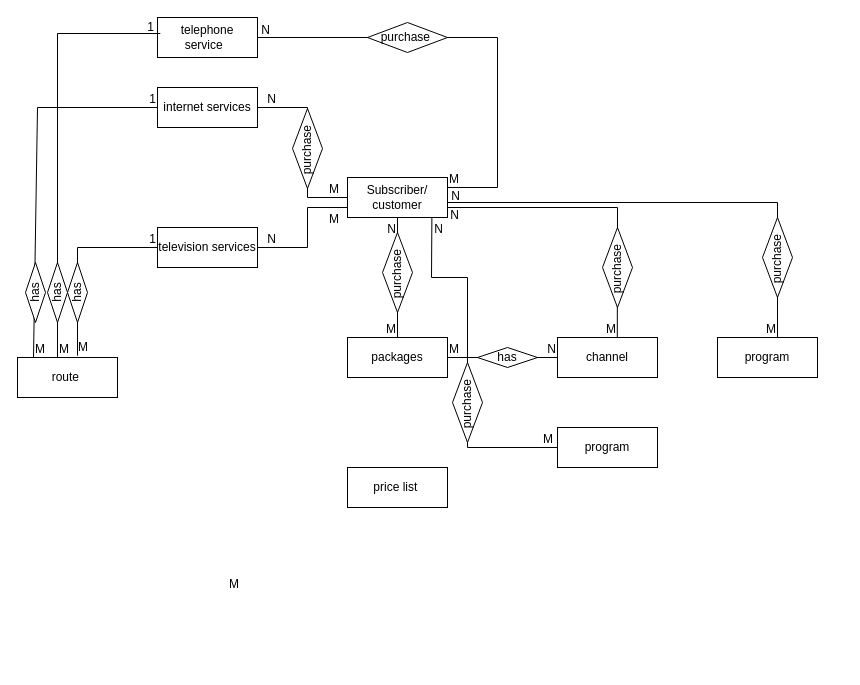
This is cable_tv.drawio from oran950/DataBase_ERD, a draw.io file, before an edit. Source tidied: cells renumbered, new cells numbered last; positions are measured from the earlier drawing's top-left corner, leaving out a move shared by most shapes. Both pictures are drawn from the tidied source at 100%, with x=0, y=0 at pixel (5, 17).
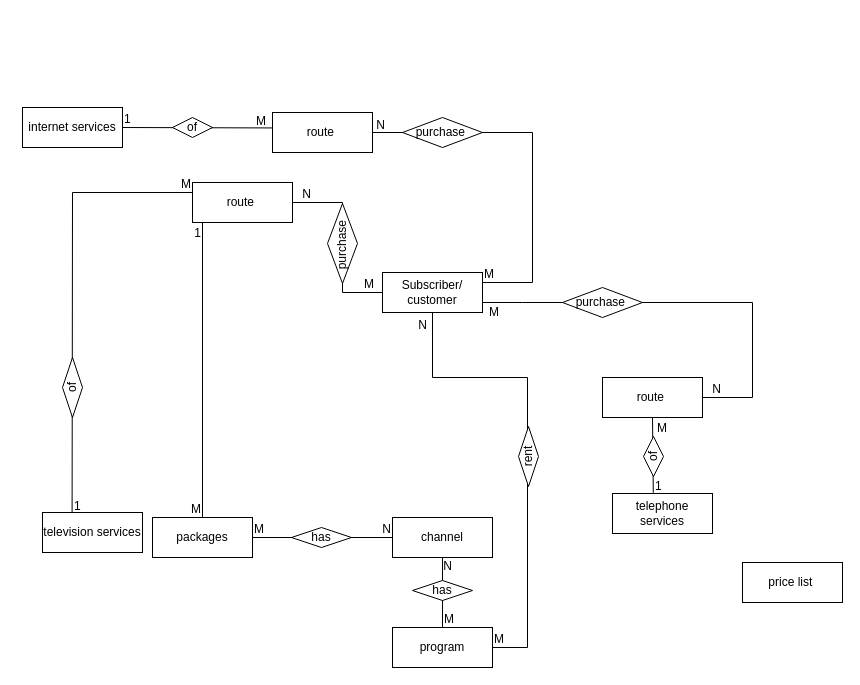
The same diagram, later.

Change to the diagram source:
```diff
@@
     <mxCell id="2" value="Subscriber/&lt;br&gt;customer" style="whiteSpace=wrap;html=1;align=center;" parent="1" vertex="1">
-      <mxGeometry x="342" y="160" width="100" height="40" as="geometry" />
+      <mxGeometry x="377" y="255" width="100" height="40" as="geometry" />
     </mxCell>
-    <mxCell id="3" value="telephone service&amp;nbsp;&lt;span style=&quot;white-space: pre;&quot;&gt; &lt;/span&gt;" style="whiteSpace=wrap;html=1;align=center;" parent="1" vertex="1">
-      <mxGeometry x="152" width="100" height="40" as="geometry" />
+    <mxCell id="3" value="route&amp;nbsp;" style="whiteSpace=wrap;html=1;align=center;" parent="1" vertex="1">
+      <mxGeometry x="267" y="95" width="100" height="40" as="geometry" />
     </mxCell>
     <mxCell id="4" value="channel" style="whiteSpace=wrap;html=1;align=center;" parent="1" vertex="1">
-      <mxGeometry x="552" y="320" width="100" height="40" as="geometry" />
+      <mxGeometry x="387" y="500" width="100" height="40" as="geometry" />
     </mxCell>
-    <mxCell id="5" value="internet services" style="whiteSpace=wrap;html=1;align=center;" parent="1" vertex="1">
-      <mxGeometry x="152" y="70" width="100" height="40" as="geometry" />
+    <mxCell id="5" value="route&amp;nbsp;" style="whiteSpace=wrap;html=1;align=center;" parent="1" vertex="1">
+      <mxGeometry x="187" y="165" width="100" height="40" as="geometry" />
     </mxCell>
     <mxCell id="6" value="&lt;p class=&quot;MsoNormal&quot;&gt;packages&lt;/p&gt;" style="whiteSpace=wrap;html=1;align=center;" parent="1" vertex="1">
-      <mxGeometry x="342" y="320" width="100" height="40" as="geometry" />
+      <mxGeometry x="147" y="500" width="100" height="40" as="geometry" />
     </mxCell>
     <mxCell id="7" value="program" style="whiteSpace=wrap;html=1;align=center;" parent="1" vertex="1">
-      <mxGeometry x="552" y="410" width="100" height="40" as="geometry" />
+      <mxGeometry x="387" y="610" width="100" height="40" as="geometry" />
     </mxCell>
     <mxCell id="8" style="endArrow=none;html=1;rounded=0;exitX=1;exitY=0.25;exitDx=0;exitDy=0;entryX=1;entryY=0.5;entryDx=0;entryDy=0;" parent="1" edge="1" source="2" target="3">
       <mxGeometry relative="1" as="geometry">
         <Array as="points">
-          <mxPoint x="492" y="170" />
-          <mxPoint x="492" y="20" />
+          <mxPoint x="527" y="265" />
+          <mxPoint x="527" y="115" />
         </Array>
       </mxGeometry>
     </mxCell>
@@
     <mxCell id="11" style="endArrow=none;html=1;rounded=0;exitX=1;exitY=0.5;exitDx=0;exitDy=0;entryX=1;entryY=0.5;entryDx=0;entryDy=0;" parent="1" edge="1" target="5">
       <mxGeometry relative="1" as="geometry">
-        <mxPoint x="342" y="180" as="sourcePoint" />
+        <mxPoint x="377" y="275" as="sourcePoint" />
         <Array as="points">
-          <mxPoint x="302" y="180" />
-          <mxPoint x="302" y="90" />
+          <mxPoint x="337" y="275" />
+          <mxPoint x="337" y="185" />
         </Array>
       </mxGeometry>
     </mxCell>
@@
-    <mxCell id="14" value="television&amp;nbsp;services" style="whiteSpace=wrap;html=1;align=center;" parent="1" vertex="1">
-      <mxGeometry x="152" y="210" width="100" height="40" as="geometry" />
+    <mxCell id="14" value="route&amp;nbsp;" style="whiteSpace=wrap;html=1;align=center;" parent="1" vertex="1">
+      <mxGeometry x="597" y="360" width="100" height="40" as="geometry" />
     </mxCell>
-    <mxCell id="15" style="endArrow=none;html=1;rounded=0;entryX=1;entryY=0.5;entryDx=0;entryDy=0;exitX=0;exitY=0.75;exitDx=0;exitDy=0;" parent="1" edge="1" source="2" target="14">
+    <mxCell id="15" style="endArrow=none;html=1;rounded=0;entryX=1;entryY=0.5;entryDx=0;entryDy=0;exitX=1;exitY=0.75;exitDx=0;exitDy=0;" parent="1" edge="1" source="2" target="14">
       <mxGeometry relative="1" as="geometry">
         <Array as="points">
-          <mxPoint x="302" y="190" />
-          <mxPoint x="302" y="230" />
+          <mxPoint x="517" y="285" />
+          <mxPoint x="747" y="285" />
+          <mxPoint x="747" y="380" />
         </Array>
       </mxGeometry>
     </mxCell>
     <mxCell id="16" value="M" style="html=1;whiteSpace=wrap;align=left;verticalAlign=bottom;" parent="15" vertex="1">
       <mxGeometry x="-1" relative="1" as="geometry">
-        <mxPoint x="-20" y="20" as="offset" />
+        <mxPoint x="5" y="18" as="offset" />
       </mxGeometry>
     </mxCell>
@@
     <mxCell id="21" value="has" style="shape=rhombus;perimeter=rhombusPerimeter;whiteSpace=wrap;html=1;align=center;" parent="1" vertex="1">
-      <mxGeometry x="472" y="330" width="60" height="20" as="geometry" />
+      <mxGeometry x="286" y="510" width="60" height="20" as="geometry" />
     </mxCell>
-    <mxCell id="22" style="endArrow=none;html=1;rounded=0;exitX=0.5;exitY=0;exitDx=0;exitDy=0;entryX=0.5;entryY=1;entryDx=0;entryDy=0;" parent="1" edge="1" source="6" target="2">
+    <mxCell id="22" style="endArrow=none;html=1;rounded=0;exitX=0.5;exitY=0;exitDx=0;exitDy=0;entryX=0.1;entryY=0.987;entryDx=0;entryDy=0;entryPerimeter=0;" parent="1" edge="1" source="6" target="5">
       <mxGeometry relative="1" as="geometry" />
     </mxCell>
@@
-    <mxCell id="24" value="N" style="html=1;whiteSpace=wrap;align=right;verticalAlign=bottom;" parent="22" vertex="1">
+    <mxCell id="24" value="1" style="html=1;whiteSpace=wrap;align=right;verticalAlign=bottom;" parent="22" vertex="1">
       <mxGeometry x="1" relative="1" as="geometry">
         <mxPoint y="20" as="offset" />
       </mxGeometry>
     </mxCell>
-    <mxCell id="25" value="purchase&amp;nbsp;" style="shape=rhombus;perimeter=rhombusPerimeter;whiteSpace=wrap;html=1;align=center;rotation=-90;" parent="1" vertex="1">
-      <mxGeometry x="352" y="240" width="80" height="30" as="geometry" />
-    </mxCell>
-    <mxCell id="26" style="endArrow=none;html=1;rounded=0;exitX=0.598;exitY=-0.003;exitDx=0;exitDy=0;entryX=1;entryY=0.75;entryDx=0;entryDy=0;exitPerimeter=0;" parent="1" edge="1" source="4" target="2">
-      <mxGeometry relative="1" as="geometry">
-        <Array as="points">
-          <mxPoint x="612" y="190" />
-        </Array>
-      </mxGeometry>
-    </mxCell>
-    <mxCell id="27" value="M" style="html=1;whiteSpace=wrap;align=left;verticalAlign=bottom;" parent="26" vertex="1">
-      <mxGeometry x="-1" relative="1" as="geometry">
-        <mxPoint x="-13" as="offset" />
-      </mxGeometry>
-    </mxCell>
-    <mxCell id="28" value="N" style="html=1;whiteSpace=wrap;align=right;verticalAlign=bottom;" parent="26" vertex="1">
-      <mxGeometry x="1" relative="1" as="geometry">
-        <mxPoint x="-3" y="30" as="offset" />
-      </mxGeometry>
-    </mxCell>
-    <mxCell id="29" value="M" style="html=1;whiteSpace=wrap;align=right;verticalAlign=bottom;" parent="26" vertex="1">
-      <mxGeometry x="1" relative="1" as="geometry">
-        <mxPoint x="107" y="240" as="offset" />
-      </mxGeometry>
-    </mxCell>
-    <mxCell id="30" value="purchase&amp;nbsp;" style="shape=rhombus;perimeter=rhombusPerimeter;whiteSpace=wrap;html=1;align=center;rotation=-90;" parent="1" vertex="1">
-      <mxGeometry x="572" y="235" width="80" height="30" as="geometry" />
-    </mxCell>
-    <mxCell id="31" value="program" style="whiteSpace=wrap;html=1;align=center;" parent="1" vertex="1">
-      <mxGeometry x="712" y="320" width="100" height="40" as="geometry" />
-    </mxCell>
-    <mxCell id="32" style="endArrow=none;html=1;rounded=0;entryX=1;entryY=0.75;entryDx=0;entryDy=0;" parent="1" edge="1">
-      <mxGeometry relative="1" as="geometry">
-        <mxPoint x="772" y="320" as="sourcePoint" />
-        <mxPoint x="442" y="185" as="targetPoint" />
-        <Array as="points">
-          <mxPoint x="772" y="185" />
-        </Array>
-      </mxGeometry>
-    </mxCell>
-    <mxCell id="33" value="M" style="html=1;whiteSpace=wrap;align=left;verticalAlign=bottom;" parent="32" vertex="1">
-      <mxGeometry x="-1" relative="1" as="geometry">
-        <mxPoint x="-13" as="offset" />
-      </mxGeometry>
-    </mxCell>
-    <mxCell id="34" value="N" style="html=1;whiteSpace=wrap;align=right;verticalAlign=bottom;" parent="32" vertex="1">
-      <mxGeometry x="1" relative="1" as="geometry">
-        <mxPoint x="14" y="2" as="offset" />
-      </mxGeometry>
-    </mxCell>
-    <mxCell id="35" value="purchase&amp;nbsp;" style="shape=rhombus;perimeter=rhombusPerimeter;whiteSpace=wrap;html=1;align=center;rotation=-90;" parent="1" vertex="1">
-      <mxGeometry x="732" y="225" width="80" height="30" as="geometry" />
-    </mxCell>
-    <mxCell id="36" style="endArrow=none;html=1;rounded=0;exitX=0;exitY=0.5;exitDx=0;exitDy=0;entryX=0.844;entryY=0.994;entryDx=0;entryDy=0;entryPerimeter=0;" parent="1" edge="1" source="7" target="2">
-      <mxGeometry relative="1" as="geometry">
-        <Array as="points">
-          <mxPoint x="462" y="430" />
-          <mxPoint x="462" y="260" />
-          <mxPoint x="426" y="260" />
-        </Array>
-      </mxGeometry>
-    </mxCell>
-    <mxCell id="37" value="M" style="html=1;whiteSpace=wrap;align=left;verticalAlign=bottom;" parent="36" vertex="1">
-      <mxGeometry x="-1" relative="1" as="geometry">
-        <mxPoint x="-330" y="145" as="offset" />
-      </mxGeometry>
-    </mxCell>
-    <mxCell id="38" value="N" style="html=1;whiteSpace=wrap;align=right;verticalAlign=bottom;" parent="36" vertex="1">
-      <mxGeometry x="1" relative="1" as="geometry">
-        <mxPoint x="29" y="6" as="offset" />
-      </mxGeometry>
-    </mxCell>
-    <mxCell id="39" value="purchase&amp;nbsp;" style="shape=rhombus;perimeter=rhombusPerimeter;whiteSpace=wrap;html=1;align=center;rotation=-90;" parent="1" vertex="1">
-      <mxGeometry x="422" y="370" width="80" height="30" as="geometry" />
-    </mxCell>
-    <mxCell id="40" value="route&amp;nbsp;" style="whiteSpace=wrap;html=1;align=center;" parent="1" vertex="1">
-      <mxGeometry x="12" y="340" width="100" height="40" as="geometry" />
+    <mxCell id="40" value="telephone services" style="whiteSpace=wrap;html=1;align=center;" parent="1" vertex="1">
+      <mxGeometry x="607" y="476" width="100" height="40" as="geometry" />
     </mxCell>
-    <mxCell id="41" style="endArrow=none;html=1;rounded=0;exitX=0.6;exitY=-0.045;exitDx=0;exitDy=0;exitPerimeter=0;entryX=0;entryY=0.5;entryDx=0;entryDy=0;" parent="1" edge="1" source="40" target="14">
-      <mxGeometry relative="1" as="geometry">
-        <Array as="points">
-          <mxPoint x="72" y="230" />
-        </Array>
-      </mxGeometry>
+    <mxCell id="41" style="endArrow=none;html=1;rounded=0;exitX=0.408;exitY=-0.015;exitDx=0;exitDy=0;exitPerimeter=0;entryX=0.5;entryY=1;entryDx=0;entryDy=0;" parent="1" edge="1" source="40" target="14">
+      <mxGeometry relative="1" as="geometry" />
     </mxCell>
-    <mxCell id="42" value="M" style="html=1;whiteSpace=wrap;align=left;verticalAlign=bottom;" parent="41" vertex="1">
+    <mxCell id="42" value="1" style="html=1;whiteSpace=wrap;align=left;verticalAlign=bottom;" parent="41" vertex="1">
       <mxGeometry x="-1" relative="1" as="geometry">
-        <mxPoint x="-1" as="offset" />
+        <mxPoint y="2" as="offset" />
       </mxGeometry>
     </mxCell>
-    <mxCell id="43" value="1" style="html=1;whiteSpace=wrap;align=right;verticalAlign=bottom;" parent="41" vertex="1">
-      <mxGeometry x="1" relative="1" as="geometry" />
+    <mxCell id="43" value="M" style="html=1;whiteSpace=wrap;align=right;verticalAlign=bottom;" parent="41" vertex="1">
+      <mxGeometry x="1" relative="1" as="geometry">
+        <mxPoint x="16" y="19" as="offset" />
+      </mxGeometry>
     </mxCell>
-    <mxCell id="44" value="has" style="shape=rhombus;perimeter=rhombusPerimeter;whiteSpace=wrap;html=1;align=center;rotation=-90;" parent="1" vertex="1">
-      <mxGeometry x="42" y="265" width="60" height="20" as="geometry" />
+    <mxCell id="44" value="of" style="shape=rhombus;perimeter=rhombusPerimeter;whiteSpace=wrap;html=1;align=center;rotation=-90;" parent="1" vertex="1">
+      <mxGeometry x="628" y="429" width="40" height="20" as="geometry" />
     </mxCell>
-    <mxCell id="45" style="endArrow=none;html=1;rounded=0;exitX=0.561;exitY=-0.003;exitDx=0;exitDy=0;exitPerimeter=0;entryX=0;entryY=0.5;entryDx=0;entryDy=0;" parent="1" edge="1" target="5">
+    <mxCell id="45" style="endArrow=none;html=1;rounded=0;exitX=0.296;exitY=0.048;exitDx=0;exitDy=0;entryX=0;entryY=0.25;entryDx=0;entryDy=0;exitPerimeter=0;" parent="1" edge="1" source="59" target="5">
       <mxGeometry relative="1" as="geometry">
-        <mxPoint x="28" y="340" as="sourcePoint" />
         <Array as="points">
-          <mxPoint x="32" y="90" />
+          <mxPoint x="67" y="175" />
         </Array>
       </mxGeometry>
     </mxCell>
-    <mxCell id="46" value="M" style="html=1;whiteSpace=wrap;align=left;verticalAlign=bottom;" parent="45" vertex="1">
+    <mxCell id="46" value="1" style="html=1;whiteSpace=wrap;align=left;verticalAlign=bottom;" parent="45" vertex="1">
       <mxGeometry x="-1" relative="1" as="geometry" />
     </mxCell>
-    <mxCell id="47" value="1" style="html=1;whiteSpace=wrap;align=right;verticalAlign=bottom;" parent="45" vertex="1">
+    <mxCell id="47" value="M" style="html=1;whiteSpace=wrap;align=right;verticalAlign=bottom;" parent="45" vertex="1">
       <mxGeometry x="1" relative="1" as="geometry" />
     </mxCell>
-    <mxCell id="48" value="has" style="shape=rhombus;perimeter=rhombusPerimeter;whiteSpace=wrap;html=1;align=center;rotation=-90;" parent="1" vertex="1">
-      <mxGeometry y="265" width="60" height="20" as="geometry" />
+    <mxCell id="48" value="of" style="shape=rhombus;perimeter=rhombusPerimeter;whiteSpace=wrap;html=1;align=center;rotation=-90;" parent="1" vertex="1">
+      <mxGeometry x="37" y="360" width="60" height="20" as="geometry" />
     </mxCell>
-    <mxCell id="49" style="endArrow=none;html=1;rounded=0;exitX=0.561;exitY=-0.003;exitDx=0;exitDy=0;exitPerimeter=0;entryX=0.028;entryY=0.4;entryDx=0;entryDy=0;entryPerimeter=0;" parent="1" edge="1" target="3">
-      <mxGeometry relative="1" as="geometry">
-        <mxPoint x="52" y="340" as="sourcePoint" />
-        <Array as="points">
-          <mxPoint x="52" y="16" />
-        </Array>
-      </mxGeometry>
+    <mxCell id="49" style="endArrow=none;html=1;rounded=0;entryX=0.004;entryY=0.386;entryDx=0;entryDy=0;entryPerimeter=0;exitX=1;exitY=0.5;exitDx=0;exitDy=0;" parent="1" edge="1" source="60" target="3">
+      <mxGeometry relative="1" as="geometry" />
     </mxCell>
-    <mxCell id="50" value="M" style="html=1;whiteSpace=wrap;align=left;verticalAlign=bottom;" parent="49" vertex="1">
+    <mxCell id="50" value="1" style="html=1;whiteSpace=wrap;align=left;verticalAlign=bottom;" parent="49" vertex="1">
       <mxGeometry x="-1" relative="1" as="geometry" />
     </mxCell>
-    <mxCell id="51" value="1" style="html=1;whiteSpace=wrap;align=right;verticalAlign=bottom;" parent="49" vertex="1">
+    <mxCell id="51" value="M" style="html=1;whiteSpace=wrap;align=right;verticalAlign=bottom;" parent="49" vertex="1">
       <mxGeometry x="1" relative="1" as="geometry">
         <mxPoint x="-5" y="2" as="offset" />
       </mxGeometry>
     </mxCell>
-    <mxCell id="52" value="has" style="shape=rhombus;perimeter=rhombusPerimeter;whiteSpace=wrap;html=1;align=center;rotation=-90;" parent="1" vertex="1">
-      <mxGeometry x="22" y="265" width="60" height="20" as="geometry" />
+    <mxCell id="52" value="of" style="shape=rhombus;perimeter=rhombusPerimeter;whiteSpace=wrap;html=1;align=center;rotation=0;" parent="1" vertex="1">
+      <mxGeometry x="167" y="100" width="40" height="20" as="geometry" />
     </mxCell>
     <mxCell id="53" value="price list&amp;nbsp;" style="whiteSpace=wrap;html=1;align=center;" parent="1" vertex="1">
-      <mxGeometry x="342" y="450" width="100" height="40" as="geometry" />
+      <mxGeometry x="737" y="545" width="100" height="40" as="geometry" />
     </mxCell>
     <mxCell id="54" value="purchase&amp;nbsp;" style="shape=rhombus;perimeter=rhombusPerimeter;whiteSpace=wrap;html=1;align=center;rotation=0;" parent="1" vertex="1">
-      <mxGeometry x="362" y="5" width="80" height="30" as="geometry" />
+      <mxGeometry x="397" y="100" width="80" height="30" as="geometry" />
     </mxCell>
     <mxCell id="55" value="purchase&amp;nbsp;" style="shape=rhombus;perimeter=rhombusPerimeter;whiteSpace=wrap;html=1;align=center;rotation=-90;" parent="1" vertex="1">
-      <mxGeometry x="262" y="116" width="80" height="30" as="geometry" />
+      <mxGeometry x="297" y="211" width="80" height="30" as="geometry" />
     </mxCell>
+    <mxCell id="56" style="endArrow=none;html=1;rounded=0;entryX=0.5;entryY=1;entryDx=0;entryDy=0;exitX=0.5;exitY=0;exitDx=0;exitDy=0;" parent="1" edge="1" source="7" target="4">
+      <mxGeometry relative="1" as="geometry" />
+    </mxCell>
+    <mxCell id="57" value="M" style="html=1;whiteSpace=wrap;align=left;verticalAlign=bottom;" parent="56" vertex="1">
+      <mxGeometry x="-1" relative="1" as="geometry" />
+    </mxCell>
+    <mxCell id="58" value="N" style="html=1;whiteSpace=wrap;align=right;verticalAlign=bottom;" parent="56" vertex="1">
+      <mxGeometry x="1" relative="1" as="geometry">
+        <mxPoint x="11" y="17" as="offset" />
+      </mxGeometry>
+    </mxCell>
+    <mxCell id="59" value="television&amp;nbsp;services" style="whiteSpace=wrap;html=1;align=center;" parent="1" vertex="1">
+      <mxGeometry x="37" y="495" width="100" height="40" as="geometry" />
+    </mxCell>
+    <mxCell id="60" value="internet services" style="whiteSpace=wrap;html=1;align=center;" parent="1" vertex="1">
+      <mxGeometry x="17" y="90" width="100" height="40" as="geometry" />
+    </mxCell>
+    <mxCell id="61" value="has" style="shape=rhombus;perimeter=rhombusPerimeter;whiteSpace=wrap;html=1;align=center;" parent="1" vertex="1">
+      <mxGeometry x="407" y="563" width="60" height="20" as="geometry" />
+    </mxCell>
+    <mxCell id="36" style="endArrow=none;html=1;rounded=0;entryX=0.5;entryY=1;entryDx=0;entryDy=0;exitX=1;exitY=0.5;exitDx=0;exitDy=0;" parent="1" edge="1" source="7" target="2">
+      <mxGeometry relative="1" as="geometry">
+        <Array as="points">
+          <mxPoint x="522" y="630" />
+          <mxPoint x="522" y="360" />
+          <mxPoint x="427" y="360" />
+        </Array>
+      </mxGeometry>
+    </mxCell>
+    <mxCell id="62" value="M" style="html=1;whiteSpace=wrap;align=left;verticalAlign=bottom;" parent="36" vertex="1">
+      <mxGeometry x="-1" relative="1" as="geometry" />
+    </mxCell>
+    <mxCell id="63" value="N" style="html=1;whiteSpace=wrap;align=right;verticalAlign=bottom;" parent="36" vertex="1">
+      <mxGeometry x="1" relative="1" as="geometry">
+        <mxPoint x="-4" y="21" as="offset" />
+      </mxGeometry>
+    </mxCell>
+    <mxCell id="64" value="rent" style="shape=rhombus;perimeter=rhombusPerimeter;whiteSpace=wrap;html=1;align=center;rotation=-90;" parent="1" vertex="1">
+      <mxGeometry x="493" y="429" width="60" height="20" as="geometry" />
+    </mxCell>
+    <mxCell id="65" value="purchase&amp;nbsp;" style="shape=rhombus;perimeter=rhombusPerimeter;whiteSpace=wrap;html=1;align=center;rotation=0;" parent="1" vertex="1">
+      <mxGeometry x="557" y="270" width="80" height="30" as="geometry" />
+    </mxCell>
```
